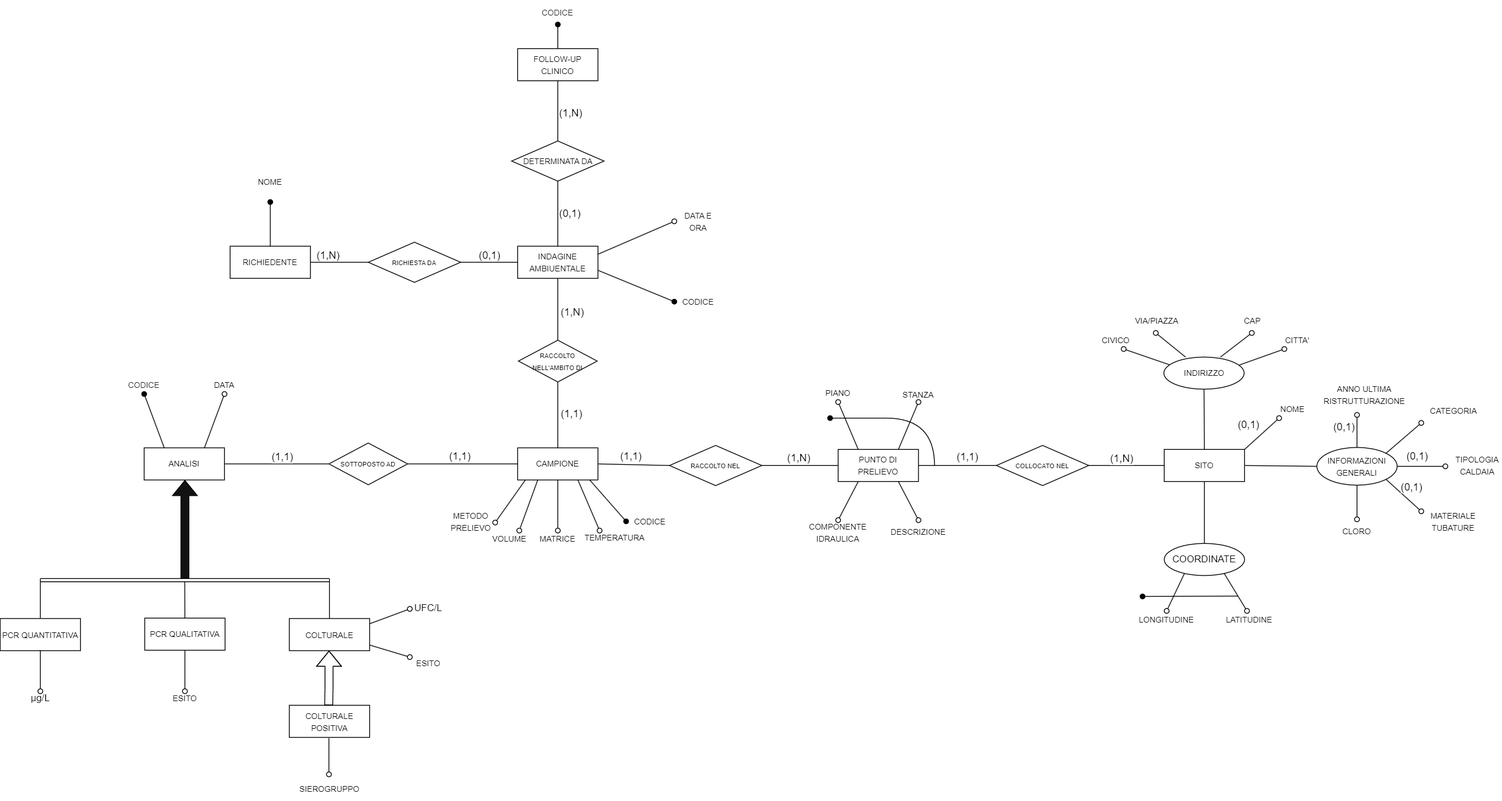
This is img/er_base.png from francescobortuzzo/Legionella, a draw.io export, as it was before one commit. Source tidied: cells renumbered, new cells last; positions are measured from the earlier drawing's top-left corner, leaving out a move shared by most shapes.
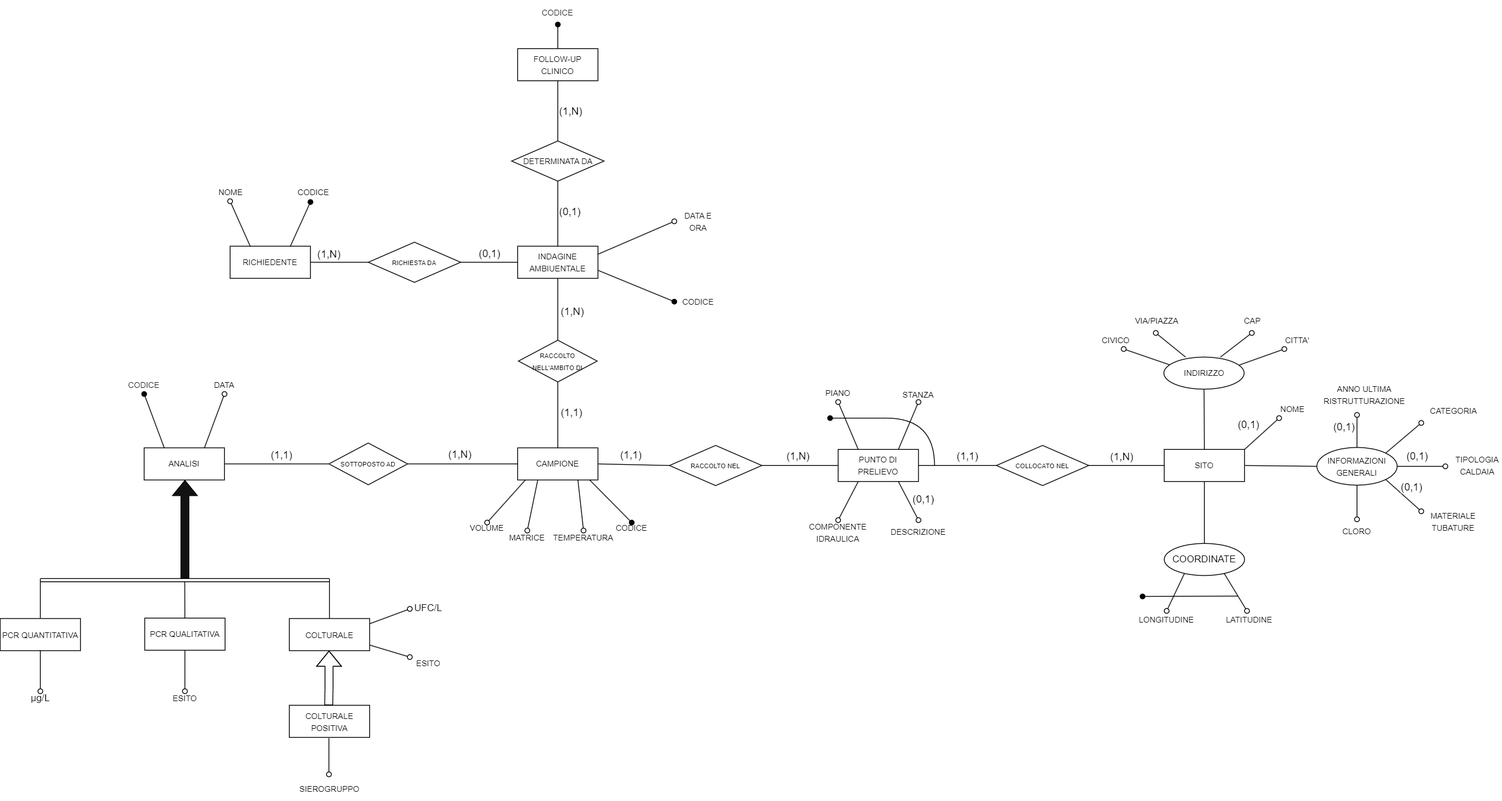
After the change.

Diff of the diagram source:
```diff
@@ -225,7 +225,7 @@
     <mxCell id="59" style="edgeStyle=orthogonalEdgeStyle;rounded=0;jettySize=auto;html=1;entryX=1;entryY=0.5;entryDx=0;entryDy=0;endArrow=none;endFill=0;exitX=0;exitY=0.5;exitDx=0;exitDy=0;strokeColor=#000000;" parent="1" edge="1" source="56" target="58">
       <mxGeometry relative="1" as="geometry" />
     </mxCell>
-    <mxCell id="60" value="(1,1)" style="edgeLabel;html=1;align=center;verticalAlign=bottom;fontSize=13;horizontal=1;" parent="59" vertex="1">
+    <mxCell id="60" value="(1,N)" style="edgeLabel;html=1;align=center;verticalAlign=bottom;fontSize=13;horizontal=1;" parent="59" vertex="1">
       <mxGeometry x="-0.05" y="-1" relative="1" as="geometry">
         <mxPoint x="-8" y="-1" as="offset" />
       </mxGeometry>
@@ -251,13 +251,13 @@
     <mxCell id="67" value="&lt;font style=&quot;font-size: 10px;&quot;&gt;DATA E ORA&lt;/font&gt;" style="text;html=1;strokeColor=none;fillColor=none;align=center;verticalAlign=middle;whiteSpace=wrap;rounded=0;" parent="1" vertex="1">
       <mxGeometry x="839" y="260" width="60" height="30" as="geometry" />
     </mxCell>
-    <mxCell id="68" style="rounded=0;jettySize=auto;html=1;endArrow=oval;endFill=1;exitX=0.5;exitY=0;exitDx=0;exitDy=0;" parent="1" edge="1" source="62">
+    <mxCell id="68" style="rounded=0;jettySize=auto;html=1;endArrow=oval;endFill=1;exitX=0.75;exitY=0;exitDx=0;exitDy=0;" parent="1" edge="1" source="62">
       <mxGeometry relative="1" as="geometry">
-        <mxPoint x="336" y="251" as="targetPoint" />
+        <mxPoint x="386" y="251" as="targetPoint" />
       </mxGeometry>
     </mxCell>
     <mxCell id="69" value="&lt;font style=&quot;font-size: 10px;&quot;&gt;NOME&lt;/font&gt;" style="text;html=1;strokeColor=none;fillColor=none;align=center;verticalAlign=middle;whiteSpace=wrap;rounded=0;" parent="1" vertex="1">
-      <mxGeometry x="306" y="211" width="60" height="30" as="geometry" />
+      <mxGeometry x="256.7" y="224" width="60" height="30" as="geometry" />
     </mxCell>
     <mxCell id="70" value="(0,1)" style="edgeLabel;html=1;align=center;verticalAlign=bottom;fontSize=13;horizontal=1;" parent="1" vertex="1">
       <mxGeometry x="856" y="378" as="geometry">
@@ -269,18 +269,15 @@
     </mxCell>
     <mxCell id="72" style="edgeStyle=none;rounded=0;jettySize=auto;html=1;exitX=0.75;exitY=1;exitDx=0;exitDy=0;endArrow=oval;endFill=0;" parent="1" edge="1" source="56">
       <mxGeometry relative="1" as="geometry">
-        <mxPoint x="746" y="660" as="targetPoint" />
+        <mxPoint x="726" y="660" as="targetPoint" />
       </mxGeometry>
     </mxCell>
     <mxCell id="73" value="&lt;font style=&quot;font-size: 10px;&quot;&gt;TEMPERATURA&lt;/font&gt;" style="text;html=1;strokeColor=none;fillColor=none;align=center;verticalAlign=middle;whiteSpace=wrap;rounded=0;" parent="1" vertex="1">
-      <mxGeometry x="735" y="654" width="60" height="30" as="geometry" />
+      <mxGeometry x="696" y="654" width="60" height="30" as="geometry" />
     </mxCell>
-    <mxCell id="74" value="&lt;font style=&quot;font-size: 10px;&quot;&gt;METODO PRELIEVO&lt;/font&gt;" style="text;html=1;strokeColor=none;fillColor=none;align=center;verticalAlign=middle;whiteSpace=wrap;rounded=0;" parent="1" vertex="1">
-      <mxGeometry x="556" y="634" width="60" height="30" as="geometry" />
-    </mxCell>
     <mxCell id="75" style="edgeStyle=none;rounded=0;jettySize=auto;html=1;exitX=0.095;exitY=1.003;exitDx=0;exitDy=0;endArrow=oval;endFill=0;exitPerimeter=0;" parent="1" edge="1" source="56">
       <mxGeometry relative="1" as="geometry">
-        <mxPoint x="616" y="650" as="targetPoint" />
+        <mxPoint x="606" y="650" as="targetPoint" />
       </mxGeometry>
     </mxCell>
     <mxCell id="76" style="edgeStyle=none;rounded=0;jettySize=auto;html=1;endArrow=oval;endFill=0;exitX=0.75;exitY=0;exitDx=0;exitDy=0;" parent="1" edge="1" source="55">
@@ -337,19 +334,21 @@
     <mxCell id="89" value="&lt;font style=&quot;font-size: 10px;&quot;&gt;CODICE&lt;/font&gt;" style="text;html=1;strokeColor=none;fillColor=none;align=center;verticalAlign=middle;whiteSpace=wrap;rounded=0;" parent="1" vertex="1">
       <mxGeometry x="839" y="360" width="60" height="30" as="geometry" />
     </mxCell>
-    <mxCell id="90" style="edgeStyle=none;rounded=0;jettySize=auto;html=1;endArrow=oval;endFill=1;exitX=0.898;exitY=1.003;exitDx=0;exitDy=0;entryX=0;entryY=0.5;entryDx=0;entryDy=0;exitPerimeter=0;" parent="1" edge="1" source="56" target="91">
-      <mxGeometry relative="1" as="geometry" />
+    <mxCell id="90" style="edgeStyle=none;rounded=0;jettySize=auto;html=1;endArrow=oval;endFill=1;exitX=0.898;exitY=1.003;exitDx=0;exitDy=0;exitPerimeter=0;" parent="1" edge="1" source="56">
+      <mxGeometry relative="1" as="geometry">
+        <mxPoint x="786" y="650" as="targetPoint" />
+      </mxGeometry>
     </mxCell>
     <mxCell id="91" value="&lt;font style=&quot;font-size: 10px;&quot;&gt;CODICE&lt;/font&gt;" style="text;html=1;strokeColor=none;fillColor=none;align=center;verticalAlign=middle;whiteSpace=wrap;rounded=0;" parent="1" vertex="1">
-      <mxGeometry x="779" y="633.5" width="60" height="30" as="geometry" />
+      <mxGeometry x="756" y="642" width="60" height="30" as="geometry" />
     </mxCell>
     <mxCell id="92" style="edgeStyle=none;rounded=0;jettySize=auto;html=1;exitX=0.25;exitY=1;exitDx=0;exitDy=0;endArrow=oval;endFill=0;" parent="1" edge="1" source="56">
       <mxGeometry relative="1" as="geometry">
-        <mxPoint x="646" y="660" as="targetPoint" />
+        <mxPoint x="656" y="660" as="targetPoint" />
       </mxGeometry>
     </mxCell>
     <mxCell id="93" value="&lt;span style=&quot;font-size: 10px;&quot;&gt;VOLUME&lt;/span&gt;" style="text;html=1;strokeColor=none;fillColor=none;align=center;verticalAlign=middle;whiteSpace=wrap;rounded=0;" parent="1" vertex="1">
-      <mxGeometry x="604" y="655" width="60" height="30" as="geometry" />
+      <mxGeometry x="575.5" y="642" width="60" height="30" as="geometry" />
     </mxCell>
     <mxCell id="94" value="&lt;font style=&quot;font-size: 10px;&quot; face=&quot;sans-serif&quot; color=&quot;#202122&quot;&gt;&lt;span style=&quot;background-color: rgb(255, 255, 255);&quot;&gt;CODICE&lt;/span&gt;&lt;/font&gt;" style="text;html=1;strokeColor=none;fillColor=none;align=center;verticalAlign=middle;whiteSpace=wrap;rounded=0;" parent="1" vertex="1">
       <mxGeometry x="149" y="464" width="60" height="30" as="geometry" />
@@ -478,13 +477,21 @@
         <mxPoint x="-85" y="-164" as="offset" />
       </mxGeometry>
     </mxCell>
-    <mxCell id="123" style="edgeStyle=none;rounded=0;jettySize=auto;html=1;exitX=0.5;exitY=1;exitDx=0;exitDy=0;endArrow=oval;endFill=0;" parent="1" edge="1" source="56">
-      <mxGeometry relative="1" as="geometry">
-        <mxPoint x="694" y="660" as="targetPoint" />
-      </mxGeometry>
-    </mxCell>
     <mxCell id="124" value="&lt;span style=&quot;font-size: 10px;&quot;&gt;MATRICE&lt;/span&gt;" style="text;html=1;strokeColor=none;fillColor=none;align=center;verticalAlign=middle;whiteSpace=wrap;rounded=0;" parent="1" vertex="1">
-      <mxGeometry x="664" y="655" width="60" height="30" as="geometry" />
+      <mxGeometry x="626" y="654" width="60" height="30" as="geometry" />
     </mxCell>
+    <mxCell id="125" value="(0,1)" style="edgeLabel;html=1;align=center;verticalAlign=bottom;fontSize=13;horizontal=1;" parent="1" vertex="1">
+      <mxGeometry x="1396" y="684" as="geometry">
+        <mxPoint x="-248" y="-53" as="offset" />
+      </mxGeometry>
+    </mxCell>
+    <mxCell id="126" style="edgeStyle=none;rounded=0;jettySize=auto;html=1;endArrow=oval;endFill=0;exitX=0.25;exitY=0;exitDx=0;exitDy=0;" parent="1" edge="1" source="62">
+      <mxGeometry relative="1" as="geometry">
+        <mxPoint x="286" y="250" as="targetPoint" />
+      </mxGeometry>
+    </mxCell>
+    <mxCell id="127" value="&lt;font style=&quot;font-size: 10px;&quot;&gt;CODICE&lt;/font&gt;" style="text;html=1;strokeColor=none;fillColor=none;align=center;verticalAlign=middle;whiteSpace=wrap;rounded=0;" parent="1" vertex="1">
+      <mxGeometry x="359.7" y="224" width="60" height="30" as="geometry" />
+    </mxCell>
   </root>
 </mxGraphModel>
```
